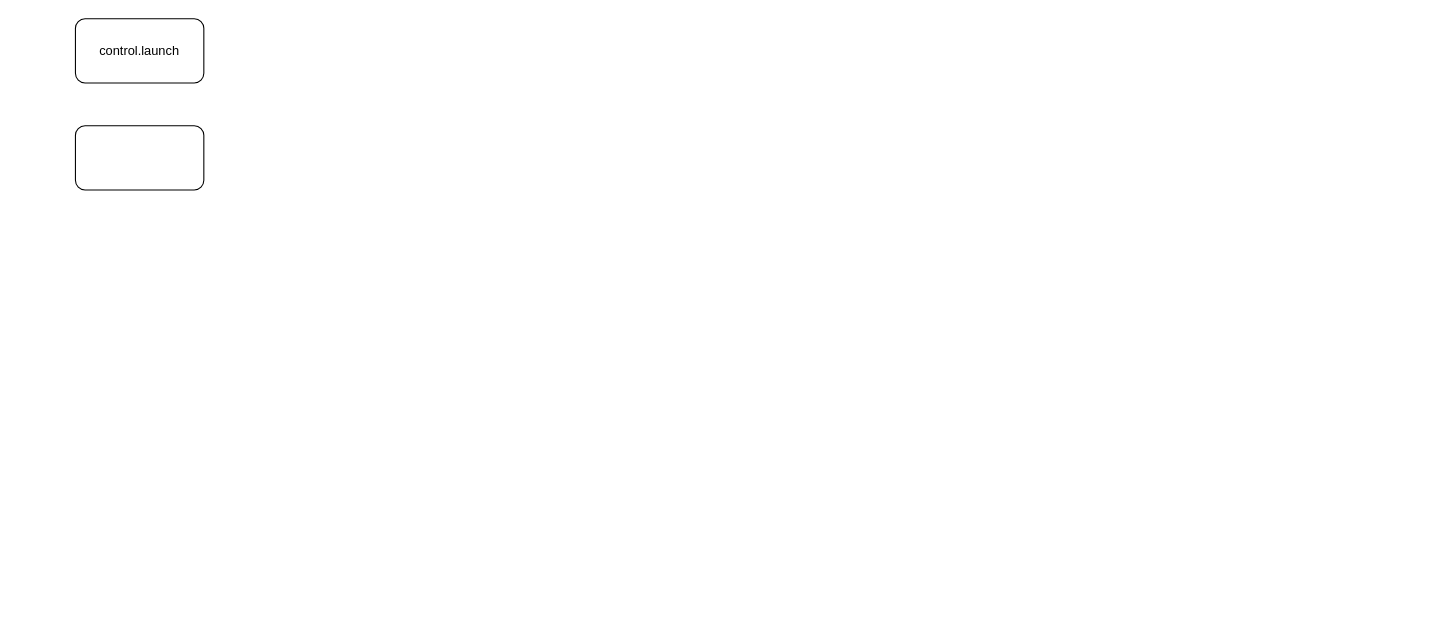
Above: trajectory_node.drawio in wxxsusie/files (draw.io), before the change. Source tidied: cells renumbered, new cells numbered last; positions are measured from the earlier drawing's top-left corner, leaving out a move shared by most shapes. Both pictures are drawn from the tidied source at 107%, with x=0, y=0 at pixel (75, 18).
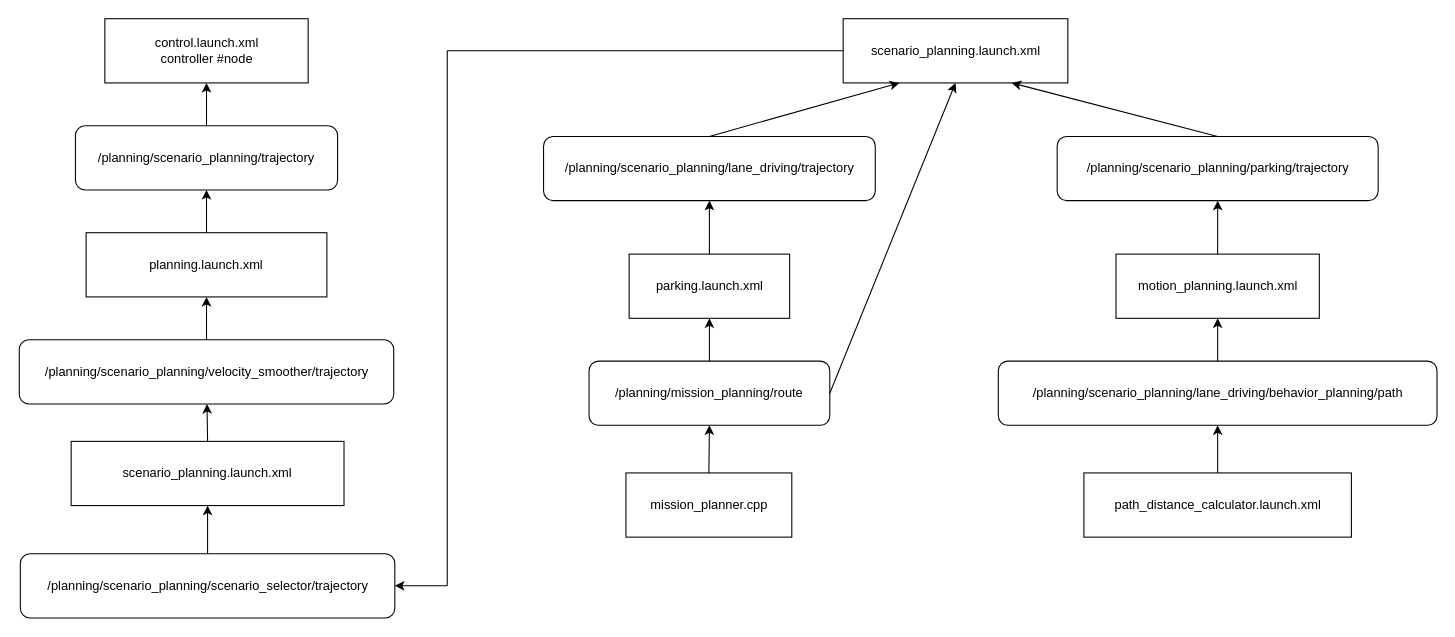
Above is the later version.

Change to the diagram source:
```diff
@@
-    <mxCell id="2" value="control.launch" style="rounded=1;whiteSpace=wrap;html=1;" parent="1" vertex="1">
-      <mxGeometry width="120" height="60" as="geometry" />
-    </mxCell>
-    <mxCell id="3" style="rounded=1;whiteSpace=wrap;html=1;" parent="1" vertex="1">
-      <mxGeometry y="100" width="120" height="60" as="geometry" />
+    <mxCell id="3" value="/planning/scenario_planning/trajectory" style="rounded=1;whiteSpace=wrap;html=1;" parent="1" vertex="1">
+      <mxGeometry y="100" width="245" height="60" as="geometry" />
     </mxCell>
+    <mxCell id="4" value="control.launch.xml&lt;div&gt;controller #node&lt;/div&gt;" style="rounded=0;whiteSpace=wrap;html=1;" parent="1" vertex="1">
+      <mxGeometry x="27.5" width="190" height="60" as="geometry" />
+    </mxCell>
+    <mxCell id="5" style="endArrow=classic;html=1;rounded=0;exitX=0.5;exitY=0;exitDx=0;exitDy=0;entryX=0.5;entryY=1;entryDx=0;entryDy=0;" parent="1" edge="1" source="3" target="4">
+      <mxGeometry relative="1" as="geometry" />
+    </mxCell>
+    <mxCell id="6" value="/planning/scenario_planning/velocity_smoother/trajectory" style="rounded=1;whiteSpace=wrap;html=1;" parent="1" vertex="1">
+      <mxGeometry x="-52.5" y="300" width="350" height="60" as="geometry" />
+    </mxCell>
+    <mxCell id="7" value="planning.launch.xml" style="rounded=0;whiteSpace=wrap;html=1;" parent="1" vertex="1">
+      <mxGeometry x="10" y="200" width="225" height="60" as="geometry" />
+    </mxCell>
+    <mxCell id="8" value="scenario_planning.launch.xml" style="rounded=0;whiteSpace=wrap;html=1;" parent="1" vertex="1">
+      <mxGeometry x="-4" y="395" width="255" height="60" as="geometry" />
+    </mxCell>
+    <mxCell id="9" value="&lt;span style=&quot;font-size: 12px;&quot;&gt;/planning/scenario_planning/scenario_selector/trajectory&lt;/span&gt;" style="rounded=1;whiteSpace=wrap;html=1;" parent="1" vertex="1">
+      <mxGeometry x="-51.5" y="500" width="350" height="60" as="geometry" />
+    </mxCell>
+    <mxCell id="10" value="scenario_planning.launch.xml" style="rounded=0;whiteSpace=wrap;html=1;" parent="1" vertex="1">
+      <mxGeometry x="717.5" width="210" height="60" as="geometry" />
+    </mxCell>
+    <mxCell id="11" value="&lt;span style=&quot;font-size: 12px;&quot;&gt;/planning/scenario_planning/lane_driving/trajectory&lt;/span&gt;" style="rounded=1;whiteSpace=wrap;html=1;" parent="1" vertex="1">
+      <mxGeometry x="437.5" y="110" width="310" height="60" as="geometry" />
+    </mxCell>
+    <mxCell id="12" value="&lt;span style=&quot;font-size: 12px;&quot;&gt;/planning/scenario_planning/parking/trajectory&lt;/span&gt;" style="rounded=1;whiteSpace=wrap;html=1;" parent="1" vertex="1">
+      <mxGeometry x="917.5" y="110" width="300" height="60" as="geometry" />
+    </mxCell>
+    <mxCell id="13" style="endArrow=none;html=1;rounded=0;entryX=0;entryY=0.5;entryDx=0;entryDy=0;" parent="1" edge="1" target="10">
+      <mxGeometry relative="1" as="geometry">
+        <mxPoint x="347.5" y="30" as="sourcePoint" />
+      </mxGeometry>
+    </mxCell>
+    <mxCell id="14" style="endArrow=none;html=1;rounded=0;" parent="1" edge="1">
+      <mxGeometry relative="1" as="geometry">
+        <mxPoint x="347.5" y="530" as="sourcePoint" />
+        <mxPoint x="347.5" y="30" as="targetPoint" />
+      </mxGeometry>
+    </mxCell>
+    <mxCell id="15" style="endArrow=classic;html=1;rounded=0;entryX=1;entryY=0.5;entryDx=0;entryDy=0;" parent="1" edge="1" target="9">
+      <mxGeometry relative="1" as="geometry">
+        <mxPoint x="347.5" y="530" as="sourcePoint" />
+      </mxGeometry>
+    </mxCell>
+    <mxCell id="16" style="endArrow=classic;html=1;rounded=0;exitX=0.5;exitY=0;exitDx=0;exitDy=0;entryX=0.25;entryY=1;entryDx=0;entryDy=0;" parent="1" edge="1" source="11" target="10">
+      <mxGeometry relative="1" as="geometry" />
+    </mxCell>
+    <mxCell id="17" style="endArrow=classic;html=1;rounded=0;exitX=0.5;exitY=0;exitDx=0;exitDy=0;entryX=0.75;entryY=1;entryDx=0;entryDy=0;" parent="1" edge="1" source="12" target="10">
+      <mxGeometry relative="1" as="geometry" />
+    </mxCell>
+    <mxCell id="18" value="parking.launch.xml" style="rounded=0;whiteSpace=wrap;html=1;" parent="1" vertex="1">
+      <mxGeometry x="517.5" y="220" width="150" height="60" as="geometry" />
+    </mxCell>
+    <mxCell id="19" value="motion_planning.launch.xml" style="rounded=0;whiteSpace=wrap;html=1;" parent="1" vertex="1">
+      <mxGeometry x="972.5" y="220" width="190" height="60" as="geometry" />
+    </mxCell>
+    <mxCell id="20" value="/planning/mission_planning/route" style="rounded=1;whiteSpace=wrap;html=1;" parent="1" vertex="1">
+      <mxGeometry x="480" y="320" width="225" height="60" as="geometry" />
+    </mxCell>
+    <mxCell id="21" value="/planning/scenario_planning/lane_driving/behavior_planning/path" style="rounded=1;whiteSpace=wrap;html=1;" parent="1" vertex="1">
+      <mxGeometry x="862.5" y="320" width="410" height="60" as="geometry" />
+    </mxCell>
+    <mxCell id="22" value="path_distance_calculator.launch.xml" style="rounded=0;whiteSpace=wrap;html=1;" parent="1" vertex="1">
+      <mxGeometry x="942.5" y="424.5" width="250" height="60" as="geometry" />
+    </mxCell>
+    <mxCell id="23" style="endArrow=classic;html=1;rounded=0;exitX=0.5;exitY=0;exitDx=0;exitDy=0;" parent="1" edge="1" source="18" target="11">
+      <mxGeometry relative="1" as="geometry" />
+    </mxCell>
+    <mxCell id="24" style="endArrow=classic;html=1;rounded=0;exitX=0.5;exitY=0;exitDx=0;exitDy=0;entryX=0.5;entryY=1;entryDx=0;entryDy=0;" parent="1" edge="1" source="20" target="18">
+      <mxGeometry relative="1" as="geometry" />
+    </mxCell>
+    <mxCell id="25" style="endArrow=classic;html=1;rounded=0;exitX=0.5;exitY=0;exitDx=0;exitDy=0;entryX=0.5;entryY=1;entryDx=0;entryDy=0;" parent="1" edge="1" source="19" target="12">
+      <mxGeometry relative="1" as="geometry" />
+    </mxCell>
+    <mxCell id="26" style="endArrow=classic;html=1;rounded=0;exitX=0.5;exitY=0;exitDx=0;exitDy=0;entryX=0.5;entryY=1;entryDx=0;entryDy=0;" parent="1" edge="1" source="21" target="19">
+      <mxGeometry relative="1" as="geometry" />
+    </mxCell>
+    <mxCell id="27" style="endArrow=classic;html=1;rounded=0;exitX=0.5;exitY=0;exitDx=0;exitDy=0;entryX=0.5;entryY=1;entryDx=0;entryDy=0;" parent="1" edge="1" source="22" target="21">
+      <mxGeometry relative="1" as="geometry" />
+    </mxCell>
+    <mxCell id="28" style="endArrow=classic;html=1;rounded=0;exitX=0.5;exitY=0;exitDx=0;exitDy=0;entryX=0.5;entryY=1;entryDx=0;entryDy=0;" parent="1" edge="1" source="9" target="8">
+      <mxGeometry relative="1" as="geometry" />
+    </mxCell>
+    <mxCell id="29" style="endArrow=classic;html=1;rounded=0;exitX=0.5;exitY=0;exitDx=0;exitDy=0;" parent="1" edge="1" source="8" target="6">
+      <mxGeometry relative="1" as="geometry" />
+    </mxCell>
+    <mxCell id="30" style="endArrow=classic;html=1;rounded=0;exitX=0.5;exitY=0;exitDx=0;exitDy=0;entryX=0.5;entryY=1;entryDx=0;entryDy=0;" parent="1" edge="1" source="6" target="7">
+      <mxGeometry relative="1" as="geometry" />
+    </mxCell>
+    <mxCell id="31" style="endArrow=classic;html=1;rounded=0;exitX=0.5;exitY=0;exitDx=0;exitDy=0;entryX=0.5;entryY=1;entryDx=0;entryDy=0;" parent="1" edge="1" source="7" target="3">
+      <mxGeometry relative="1" as="geometry" />
+    </mxCell>
+    <mxCell id="32" style="endArrow=classic;html=1;rounded=0;exitX=1;exitY=0.5;exitDx=0;exitDy=0;entryX=0.5;entryY=1;entryDx=0;entryDy=0;" parent="1" edge="1" source="20" target="10">
+      <mxGeometry relative="1" as="geometry" />
+    </mxCell>
+    <mxCell id="33" value="mission_planner.cpp" style="rounded=0;whiteSpace=wrap;html=1;" parent="1" vertex="1">
+      <mxGeometry x="514.5" y="424.5" width="155" height="60" as="geometry" />
+    </mxCell>
+    <mxCell id="34" style="endArrow=classic;html=1;rounded=0;exitX=0.5;exitY=0;exitDx=0;exitDy=0;entryX=0.5;entryY=1;entryDx=0;entryDy=0;" parent="1" edge="1" source="33" target="20">
+      <mxGeometry relative="1" as="geometry" />
+    </mxCell>
```
